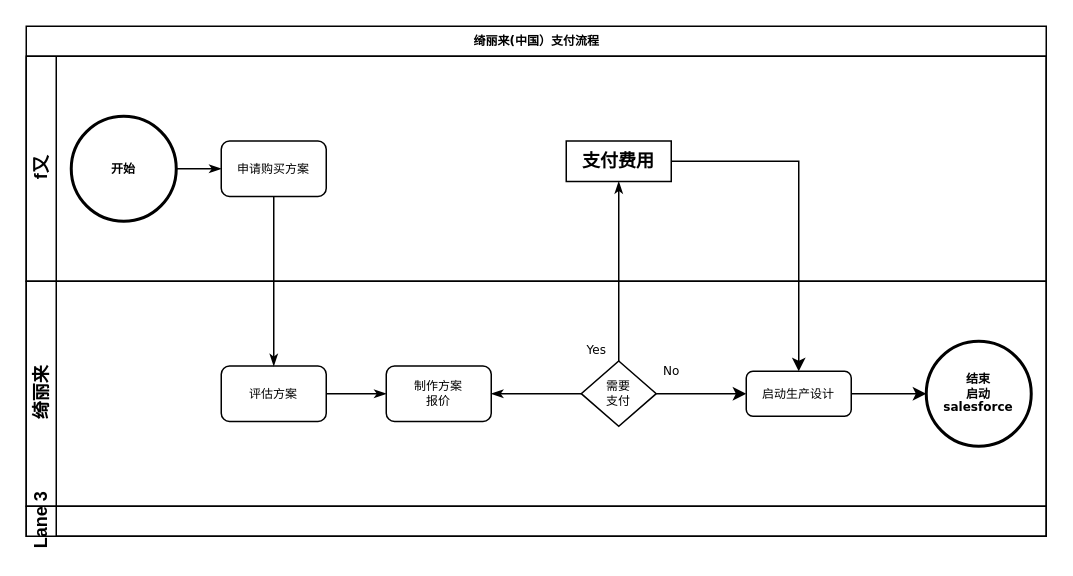
The draw.io diagram Untitled Diagram.drawio in firebear-ssl/ssl, before the edit. Source tidied: cells renumbered, new cells numbered last; positions are measured from the earlier drawing's top-left corner, leaving out a move shared by most shapes. Both pictures are drawn from the tidied source at 150%, with x=0, y=0 at pixel (26, 26).
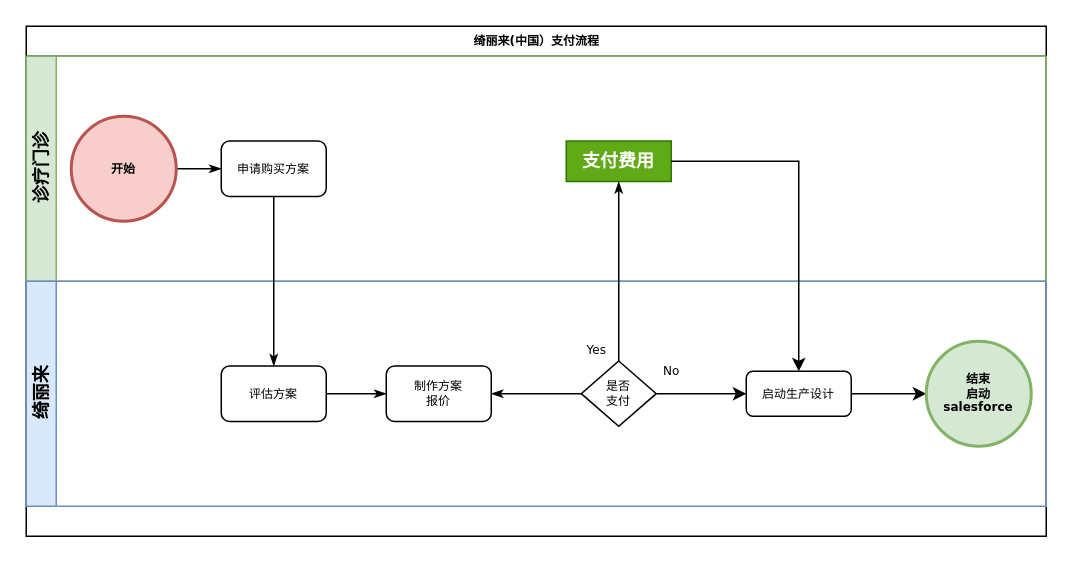
After the change.

Commit message:
绮丽来支付1.00rawio

Unchanged cells that the change refers to:
```xml
<mxCell id="2" value="绮丽来(中国）支付流程" style="swimlane;html=1;horizontal=1;startSize=20;rounded=0;shadow=0;labelBackgroundColor=none;strokeWidth=1;fontFamily=Verdana;fontSize=8;align=center;" parent="1" vertex="1">
  <mxGeometry width="680" height="340" as="geometry" />
</mxCell>
```

The edit, as a diff of the source:
```diff
@@
-    <mxCell id="3" value="f又" style="swimlane;html=1;startSize=20;horizontal=0;" parent="2" vertex="1">
+    <mxCell id="3" value="诊疗门诊" style="swimlane;html=1;startSize=20;horizontal=0;fillColor=#d5e8d4;strokeColor=#82b366;" parent="2" vertex="1">
       <mxGeometry y="20" width="680" height="150" as="geometry" />
     </mxCell>
@@
-    <mxCell id="5" value="开始" style="ellipse;whiteSpace=wrap;html=1;rounded=0;shadow=0;labelBackgroundColor=none;strokeWidth=2;fontFamily=Verdana;fontSize=8;align=center;fontStyle=1;" parent="3" vertex="1">
+    <mxCell id="5" value="开始" style="ellipse;whiteSpace=wrap;html=1;rounded=0;shadow=0;labelBackgroundColor=none;strokeWidth=2;fontFamily=Verdana;fontSize=8;align=center;fontStyle=1;fillColor=#f8cecc;strokeColor=#b85450;" parent="3" vertex="1">
       <mxGeometry x="30" y="40" width="70" height="70" as="geometry" />
     </mxCell>
@@
-    <mxCell id="7" value="支付费用" style="rounded=0;whiteSpace=wrap;html=1;fontStyle=1;" parent="3" vertex="1">
+    <mxCell id="7" value="支付费用" style="rounded=0;whiteSpace=wrap;html=1;fontStyle=1;fillColor=#60a917;strokeColor=#2D7600;fontColor=#ffffff;" parent="3" vertex="1">
       <mxGeometry x="360" y="56.5" width="70" height="27" as="geometry" />
     </mxCell>
-    <mxCell id="8" value="绮丽来" style="swimlane;html=1;startSize=20;horizontal=0;" parent="2" vertex="1">
+    <mxCell id="8" value="绮丽来" style="swimlane;html=1;startSize=20;horizontal=0;fillColor=#dae8fc;strokeColor=#6c8ebf;" parent="2" vertex="1">
       <mxGeometry y="170" width="680" height="150" as="geometry" />
     </mxCell>
@@
-    <mxCell id="10" value="&lt;div&gt;需要&lt;/div&gt;&lt;div&gt;支付&lt;/div&gt;" style="strokeWidth=1;html=1;shape=mxgraph.flowchart.decision;whiteSpace=wrap;rounded=1;shadow=0;labelBackgroundColor=none;fontFamily=Verdana;fontSize=8;align=center;" parent="8" vertex="1">
+    <mxCell id="10" value="&lt;div&gt;是否&lt;br&gt;&lt;/div&gt;&lt;div&gt;支付&lt;/div&gt;" style="strokeWidth=1;html=1;shape=mxgraph.flowchart.decision;whiteSpace=wrap;rounded=1;shadow=0;labelBackgroundColor=none;fontFamily=Verdana;fontSize=8;align=center;" parent="8" vertex="1">
       <mxGeometry x="370" y="53.2" width="50" height="43.5" as="geometry" />
     </mxCell>
@@
-    <mxCell id="17" value="&lt;div&gt;结束&lt;/div&gt;&lt;div&gt;启动&lt;/div&gt;&lt;div&gt;salesforce&lt;br&gt;&lt;/div&gt;" style="ellipse;whiteSpace=wrap;html=1;rounded=0;shadow=0;labelBackgroundColor=none;strokeWidth=2;fontFamily=Verdana;fontSize=8;align=center;fontStyle=1;" parent="8" vertex="1">
+    <mxCell id="17" value="&lt;div&gt;结束&lt;/div&gt;&lt;div&gt;启动&lt;/div&gt;&lt;div&gt;salesforce&lt;br&gt;&lt;/div&gt;" style="ellipse;whiteSpace=wrap;html=1;rounded=0;shadow=0;labelBackgroundColor=none;strokeWidth=2;fontFamily=Verdana;fontSize=8;align=center;fontStyle=1;fillColor=#d5e8d4;strokeColor=#82b366;" parent="8" vertex="1">
       <mxGeometry x="600" y="40" width="70" height="70" as="geometry" />
     </mxCell>
-    <mxCell id="18" value="Lane 3" style="swimlane;html=1;startSize=20;horizontal=0;" parent="2" vertex="1" collapsed="1">
-      <mxGeometry y="320" width="680" height="20" as="geometry" />
-    </mxCell>
```
